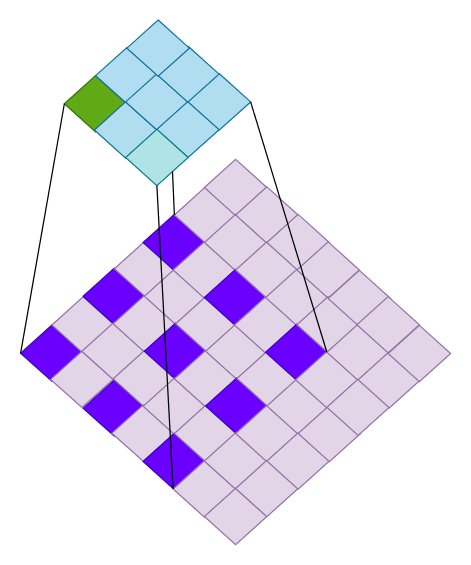
Above: 卷积核工作示意图2.drawio in gitofding/first_repository (draw.io), before the change. Source tidied: cells renumbered, new cells numbered last; positions are measured from the earlier drawing's top-left corner, leaving out a move shared by most shapes. Both pictures are drawn from the tidied source at 125%, with x=0, y=0 at pixel (20, 20).
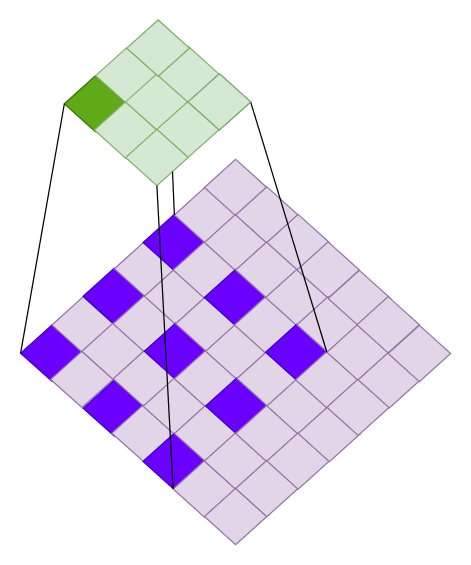
The same diagram, later.

Commit message (it also covers changes not shown here):
Update 卷积核工作示意图2.drawio

The edit, as a diff of the source:
```diff
@@
-    <mxCell id="52" style="rhombus;whiteSpace=wrap;html=1;fillColor=#b1ddf0;strokeColor=#10739e;" parent="1" vertex="1">
+    <mxCell id="52" style="rhombus;whiteSpace=wrap;html=1;fillColor=#d5e8d4;strokeColor=#82b366;" parent="1" vertex="1">
       <mxGeometry x="60" y="21.5" width="50" height="45" as="geometry" />
     </mxCell>
-    <mxCell id="53" style="rhombus;whiteSpace=wrap;html=1;fillColor=#b1ddf0;strokeColor=#10739e;" parent="1" vertex="1">
+    <mxCell id="53" style="rhombus;whiteSpace=wrap;html=1;fillColor=#d5e8d4;strokeColor=#82b366;" parent="1" vertex="1">
       <mxGeometry x="59" y="65" width="50" height="45" as="geometry" />
     </mxCell>
-    <mxCell id="54" style="rhombus;whiteSpace=wrap;html=1;fillColor=#b1ddf0;strokeColor=#10739e;" parent="1" vertex="1">
+    <mxCell id="54" style="rhombus;whiteSpace=wrap;html=1;fillColor=#d5e8d4;strokeColor=#82b366;" parent="1" vertex="1">
       <mxGeometry x="84" y="42.5" width="50" height="45" as="geometry" />
     </mxCell>
-    <mxCell id="55" style="rhombus;whiteSpace=wrap;html=1;fillColor=#b1ddf0;strokeColor=#10739e;" parent="1" vertex="1">
+    <mxCell id="55" style="rhombus;whiteSpace=wrap;html=1;fillColor=#d5e8d4;strokeColor=#82b366;" parent="1" vertex="1">
       <mxGeometry x="109" y="20.5" width="50" height="45" as="geometry" />
     </mxCell>
-    <mxCell id="56" style="rhombus;whiteSpace=wrap;html=1;fillColor=#b1ddf0;strokeColor=#10739e;" parent="1" vertex="1">
+    <mxCell id="56" style="rhombus;whiteSpace=wrap;html=1;fillColor=#d5e8d4;strokeColor=#82b366;" parent="1" vertex="1">
       <mxGeometry x="109" y="64.5" width="50" height="45" as="geometry" />
     </mxCell>
@@
-    <mxCell id="58" style="rhombus;whiteSpace=wrap;html=1;fillColor=#b0e3e6;strokeColor=#0e8088;" parent="1" vertex="1">
+    <mxCell id="58" style="rhombus;whiteSpace=wrap;html=1;fillColor=#d5e8d4;strokeColor=#82b366;" parent="1" vertex="1">
       <mxGeometry x="84" y="87" width="50" height="45" as="geometry" />
     </mxCell>
@@
-    <mxCell id="63" style="rhombus;whiteSpace=wrap;html=1;fillColor=#b1ddf0;strokeColor=#10739e;" parent="1" vertex="1">
+    <mxCell id="63" style="rhombus;whiteSpace=wrap;html=1;fillColor=#d5e8d4;strokeColor=#82b366;" parent="1" vertex="1">
       <mxGeometry x="85" y="-0.5" width="50" height="45" as="geometry" />
     </mxCell>
+    <mxCell id="64" style="rhombus;whiteSpace=wrap;html=1;fillColor=#d5e8d4;strokeColor=#82b366;" parent="1" vertex="1">
+      <mxGeometry x="134" y="42.5" width="50" height="45" as="geometry" />
+    </mxCell>
+    <mxCell id="65" style="rhombus;whiteSpace=wrap;html=1;fillColor=#d5e8d4;strokeColor=#82b366;" parent="1" vertex="1">
+      <mxGeometry x="85" y="-0.5" width="50" height="45" as="geometry" />
+    </mxCell>
```
